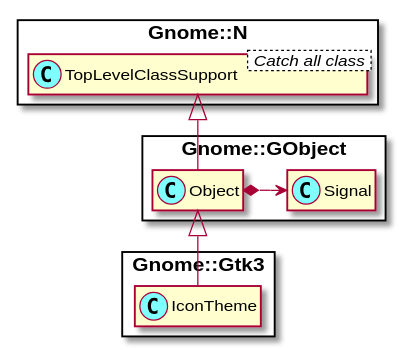
The PlantUML diagram docs/content-docs/reference/Gtk3/plantuml/IconTheme.svg in MARTIMM/gnome-gtk3, before a commit. Its diagram source:
```plantuml
@startuml
scale 0.9
skinparam packageStyle rectangle
skinparam stereotypeCBackgroundColor #80ffff
set namespaceSeparator ::
hide members


class Gnome::N::TopLevelClassSupport < Catch all class >
Gnome::N::TopLevelClassSupport <|-- Gnome::GObject::Object

Gnome::GObject::Object <|-- Gnome::Gtk3::IconTheme
Gnome::GObject::Object *-> Gnome::GObject::Signal
@enduml
```
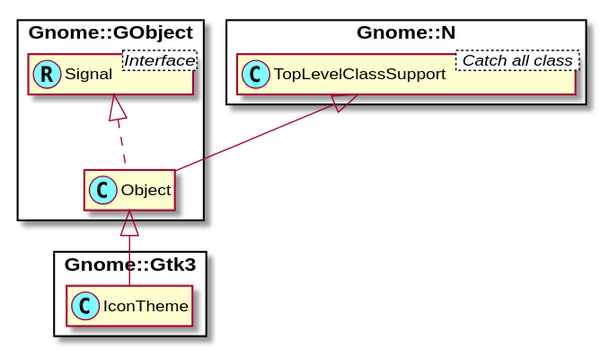
After the commit.

What changed in the source:
```diff
@@ -1,14 +1,16 @@
 @startuml
-scale 0.9
 skinparam packageStyle rectangle
 skinparam stereotypeCBackgroundColor #80ffff
 set namespaceSeparator ::
 hide members
 
 
+Interface Gnome::GObject::Signal <Interface>
+class Gnome::GObject::Signal <<(R,#80ffff)>>
+
 class Gnome::N::TopLevelClassSupport < Catch all class >
 Gnome::N::TopLevelClassSupport <|-- Gnome::GObject::Object
 
 Gnome::GObject::Object <|-- Gnome::Gtk3::IconTheme
-Gnome::GObject::Object *-> Gnome::GObject::Signal
+Gnome::GObject::Signal <|.. Gnome::GObject::Object
 @enduml
```
